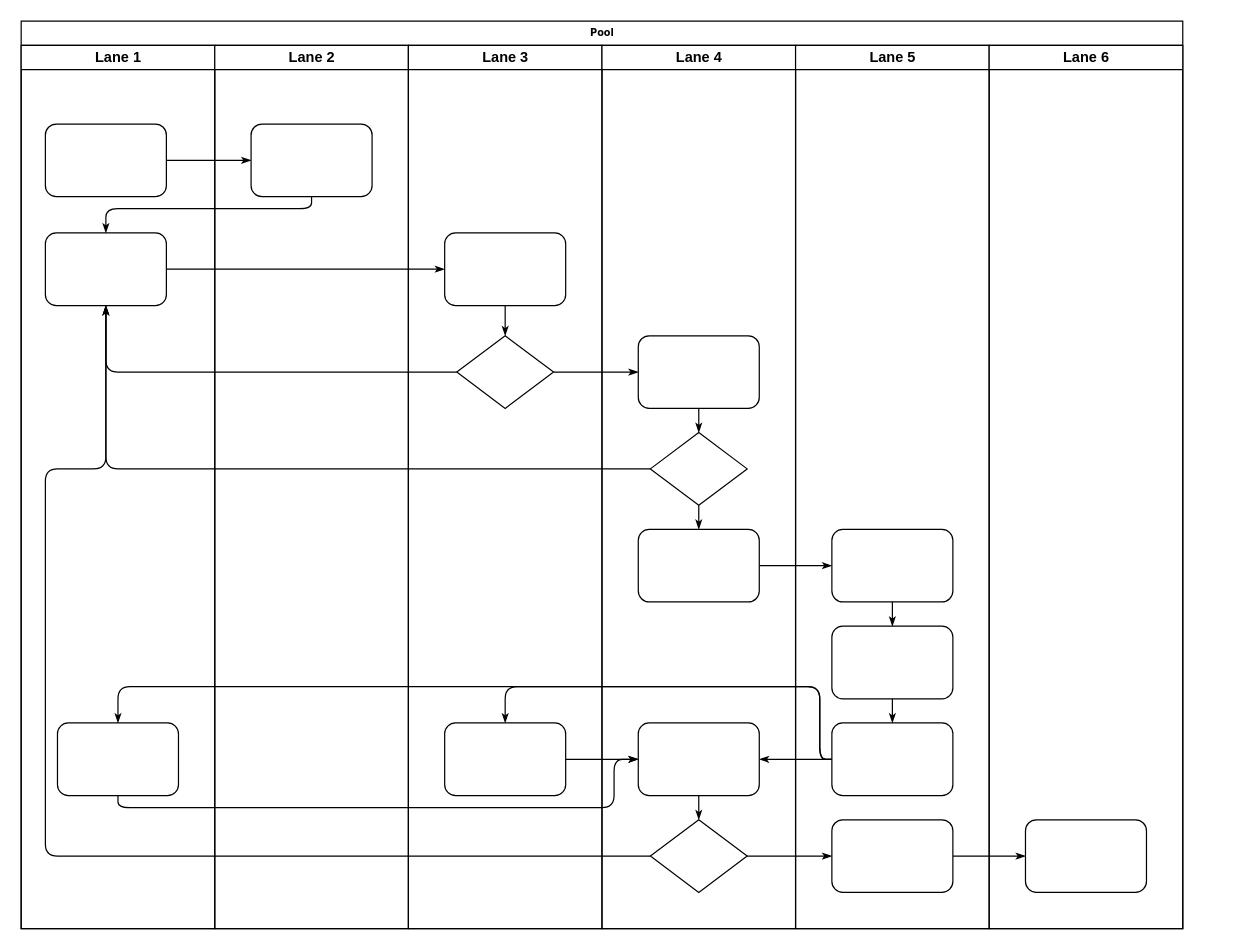
This is 未命名绘图.drawio from HoYang-Fan/StudyNotes-Public, a draw.io file, before an edit. Source tidied: cells renumbered, new cells numbered last; positions are measured from the earlier drawing's top-left corner, leaving out a move shared by most shapes. Both pictures are drawn from the tidied source at 121%, with x=0, y=0 at pixel (21, 21).
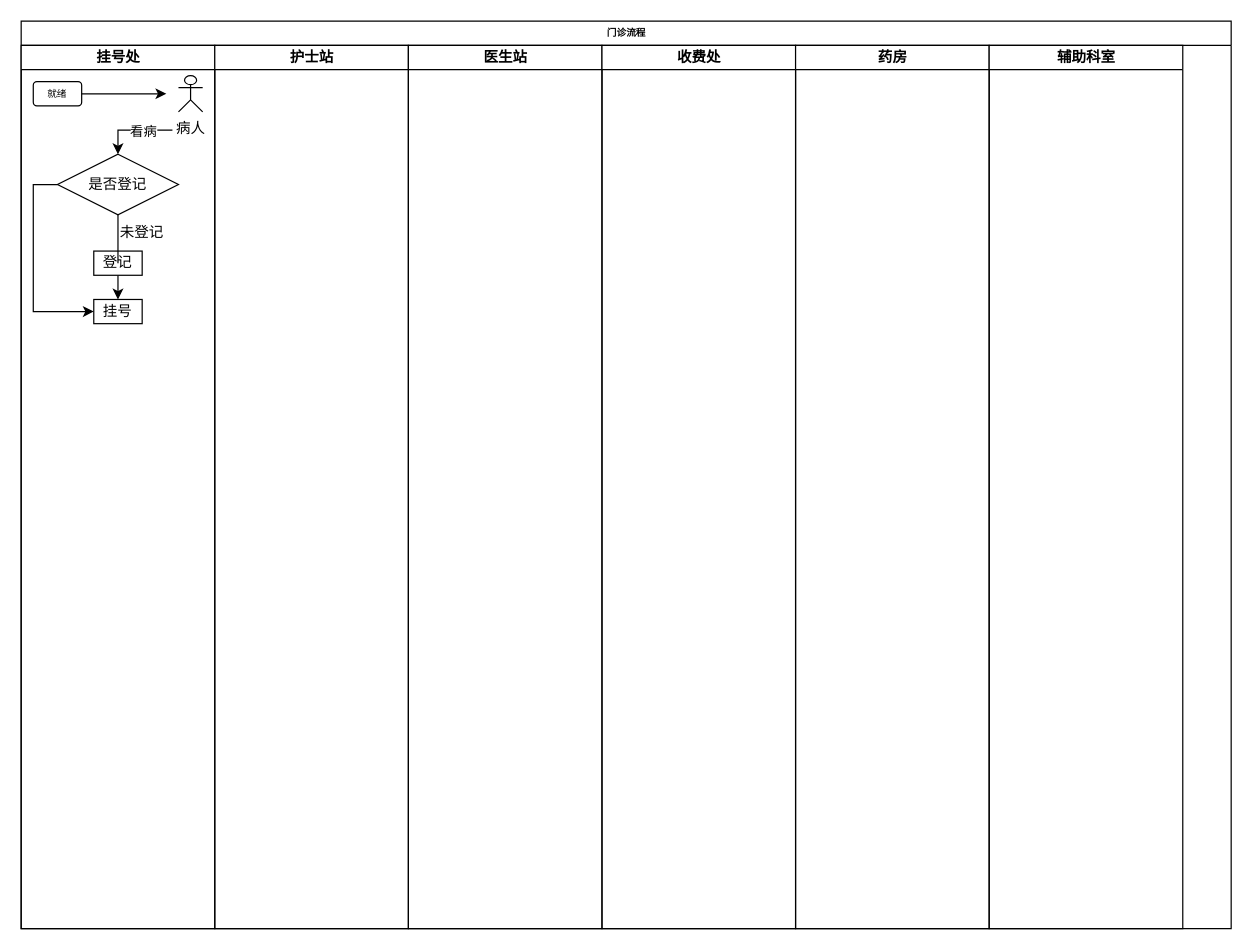
The same diagram, later.

Change to the diagram source:
```diff
@@
-    <mxCell id="2" value="Pool" style="swimlane;html=1;startSize=20;rounded=0;shadow=0;labelBackgroundColor=none;strokeWidth=1;fontFamily=Verdana;fontSize=8;align=center;" parent="1" vertex="1">
-      <mxGeometry width="960" height="750" as="geometry" />
+    <mxCell id="2" value="门诊流程" style="swimlane;html=1;startSize=20;rounded=0;shadow=0;labelBackgroundColor=none;strokeWidth=1;fontFamily=Verdana;fontSize=8;align=center;" parent="1" vertex="1">
+      <mxGeometry width="1000" height="750" as="geometry" />
     </mxCell>
-    <mxCell id="3" value="Lane 1" style="swimlane;html=1;startSize=20;" parent="2" vertex="1">
+    <mxCell id="3" value="挂号处" style="swimlane;html=1;startSize=20;" parent="2" vertex="1">
       <mxGeometry y="20" width="160" height="730" as="geometry" />
     </mxCell>
-    <mxCell id="4" style="rounded=1;whiteSpace=wrap;html=1;shadow=0;labelBackgroundColor=none;strokeWidth=1;fontFamily=Verdana;fontSize=8;align=center;" parent="3" vertex="1">
-      <mxGeometry x="20" y="65" width="100" height="60" as="geometry" />
+    <mxCell id="4" value="就绪" style="rounded=1;whiteSpace=wrap;html=1;shadow=0;labelBackgroundColor=none;strokeWidth=1;fontFamily=Verdana;fontSize=8;align=center;" parent="3" vertex="1">
+      <mxGeometry x="10" y="30" width="40" height="20" as="geometry" />
     </mxCell>
-    <mxCell id="5" style="rounded=1;whiteSpace=wrap;html=1;shadow=0;labelBackgroundColor=none;strokeWidth=1;fontFamily=Verdana;fontSize=8;align=center;" parent="3" vertex="1">
-      <mxGeometry x="20" y="155" width="100" height="60" as="geometry" />
-    </mxCell>
-    <mxCell id="6" style="rounded=1;whiteSpace=wrap;html=1;shadow=0;labelBackgroundColor=none;strokeWidth=1;fontFamily=Verdana;fontSize=8;align=center;" parent="3" vertex="1">
-      <mxGeometry x="30" y="560" width="100" height="60" as="geometry" />
-    </mxCell>
-    <mxCell id="7" style="edgeStyle=orthogonalEdgeStyle;rounded=1;html=1;labelBackgroundColor=none;startArrow=none;startFill=0;startSize=5;endArrow=classicThin;endFill=1;endSize=5;jettySize=auto;strokeWidth=1;fontFamily=Verdana;fontSize=8;" parent="2" edge="1" source="4" target="23">
-      <mxGeometry relative="1" as="geometry" />
-    </mxCell>
-    <mxCell id="8" style="edgeStyle=orthogonalEdgeStyle;rounded=1;html=1;labelBackgroundColor=none;startArrow=none;startFill=0;startSize=5;endArrow=classicThin;endFill=1;endSize=5;jettySize=auto;strokeWidth=1;fontFamily=Verdana;fontSize=8;" parent="2" edge="1" source="23" target="5">
-      <mxGeometry relative="1" as="geometry">
-        <Array as="points">
-          <mxPoint x="240" y="155" />
-          <mxPoint x="70" y="155" />
-        </Array>
-      </mxGeometry>
-    </mxCell>
-    <mxCell id="9" style="edgeStyle=orthogonalEdgeStyle;rounded=1;html=1;labelBackgroundColor=none;startArrow=none;startFill=0;startSize=5;endArrow=classicThin;endFill=1;endSize=5;jettySize=auto;strokeWidth=1;fontFamily=Verdana;fontSize=8;" parent="2" edge="1" source="5" target="25">
-      <mxGeometry relative="1" as="geometry" />
-    </mxCell>
-    <mxCell id="10" style="edgeStyle=orthogonalEdgeStyle;rounded=1;html=1;labelBackgroundColor=none;startArrow=none;startFill=0;startSize=5;endArrow=classicThin;endFill=1;endSize=5;jettySize=auto;strokeWidth=1;fontFamily=Verdana;fontSize=8;" parent="2" edge="1" source="26" target="5">
-      <mxGeometry relative="1" as="geometry" />
-    </mxCell>
-    <mxCell id="11" style="edgeStyle=orthogonalEdgeStyle;rounded=1;html=1;labelBackgroundColor=none;startArrow=none;startFill=0;startSize=5;endArrow=classicThin;endFill=1;endSize=5;jettySize=auto;strokeWidth=1;fontFamily=Verdana;fontSize=8;" parent="2" edge="1" source="31" target="5">
-      <mxGeometry relative="1" as="geometry" />
-    </mxCell>
-    <mxCell id="12" style="edgeStyle=orthogonalEdgeStyle;rounded=1;html=1;labelBackgroundColor=none;startArrow=none;startFill=0;startSize=5;endArrow=classicThin;endFill=1;endSize=5;jettySize=auto;strokeWidth=1;fontFamily=Verdana;fontSize=8;" parent="2" edge="1" source="34" target="5">
-      <mxGeometry relative="1" as="geometry">
-        <Array as="points">
-          <mxPoint x="20" y="690" />
-          <mxPoint x="20" y="370" />
-          <mxPoint x="70" y="370" />
-        </Array>
-      </mxGeometry>
-    </mxCell>
-    <mxCell id="13" style="edgeStyle=orthogonalEdgeStyle;rounded=1;html=1;labelBackgroundColor=none;startArrow=none;startFill=0;startSize=5;endArrow=classicThin;endFill=1;endSize=5;jettySize=auto;strokeWidth=1;fontFamily=Verdana;fontSize=8;" parent="2" edge="1" source="26" target="30">
-      <mxGeometry relative="1" as="geometry" />
-    </mxCell>
-    <mxCell id="14" style="edgeStyle=orthogonalEdgeStyle;rounded=1;html=1;labelBackgroundColor=none;startArrow=none;startFill=0;startSize=5;endArrow=classicThin;endFill=1;endSize=5;jettySize=auto;strokeWidth=1;fontFamily=Verdana;fontSize=8;" parent="2" edge="1" source="34" target="42">
-      <mxGeometry relative="1" as="geometry" />
-    </mxCell>
-    <mxCell id="15" style="edgeStyle=orthogonalEdgeStyle;rounded=1;html=1;labelBackgroundColor=none;startArrow=none;startFill=0;startSize=5;endArrow=classicThin;endFill=1;endSize=5;jettySize=auto;strokeWidth=1;fontFamily=Verdana;fontSize=8;" parent="2" edge="1" source="42" target="46">
-      <mxGeometry relative="1" as="geometry" />
-    </mxCell>
-    <mxCell id="16" style="edgeStyle=orthogonalEdgeStyle;rounded=1;html=1;labelBackgroundColor=none;startArrow=none;startFill=0;startSize=5;endArrow=classicThin;endFill=1;endSize=5;jettySize=auto;strokeWidth=1;fontFamily=Verdana;fontSize=8;" parent="2" edge="1" source="32" target="39">
-      <mxGeometry relative="1" as="geometry" />
-    </mxCell>
-    <mxCell id="17" style="edgeStyle=orthogonalEdgeStyle;rounded=1;html=1;labelBackgroundColor=none;startArrow=none;startFill=0;startSize=5;endArrow=classicThin;endFill=1;endSize=5;jettySize=auto;strokeWidth=1;fontFamily=Verdana;fontSize=8;" parent="2" edge="1" source="41" target="27">
-      <mxGeometry relative="1" as="geometry">
-        <Array as="points">
-          <mxPoint x="660" y="610" />
-          <mxPoint x="660" y="550" />
-          <mxPoint x="400" y="550" />
-        </Array>
-      </mxGeometry>
-    </mxCell>
-    <mxCell id="18" style="edgeStyle=orthogonalEdgeStyle;rounded=1;html=1;labelBackgroundColor=none;startArrow=none;startFill=0;startSize=5;endArrow=classicThin;endFill=1;endSize=5;jettySize=auto;strokeColor=#000000;strokeWidth=1;fontFamily=Verdana;fontSize=8;fontColor=#000000;" parent="2" edge="1" source="41" target="33">
-      <mxGeometry relative="1" as="geometry" />
-    </mxCell>
-    <mxCell id="19" style="edgeStyle=orthogonalEdgeStyle;rounded=1;html=1;labelBackgroundColor=none;startArrow=none;startFill=0;startSize=5;endArrow=classicThin;endFill=1;endSize=5;jettySize=auto;strokeWidth=1;fontFamily=Verdana;fontSize=8;" parent="2" edge="1" source="41" target="6">
-      <mxGeometry relative="1" as="geometry">
-        <Array as="points">
-          <mxPoint x="660" y="610" />
-          <mxPoint x="660" y="550" />
-          <mxPoint x="80" y="550" />
-        </Array>
-      </mxGeometry>
-    </mxCell>
-    <mxCell id="20" style="edgeStyle=orthogonalEdgeStyle;rounded=1;html=1;labelBackgroundColor=none;startArrow=none;startFill=0;startSize=5;endArrow=classicThin;endFill=1;endSize=5;jettySize=auto;strokeWidth=1;fontFamily=Verdana;fontSize=8;" parent="2" edge="1" source="6" target="33">
-      <mxGeometry relative="1" as="geometry">
-        <Array as="points">
-          <mxPoint x="80" y="650" />
-          <mxPoint x="490" y="650" />
-          <mxPoint x="490" y="610" />
-        </Array>
-      </mxGeometry>
-    </mxCell>
-    <mxCell id="21" style="edgeStyle=orthogonalEdgeStyle;rounded=1;html=1;labelBackgroundColor=none;startArrow=none;startFill=0;startSize=5;endArrow=classicThin;endFill=1;endSize=5;jettySize=auto;strokeWidth=1;fontFamily=Verdana;fontSize=8;" parent="2" edge="1" source="27" target="33">
-      <mxGeometry relative="1" as="geometry" />
-    </mxCell>
+    <mxCell id="47" value="病人&lt;br&gt;" style="shape=umlActor;verticalLabelPosition=bottom;verticalAlign=top;html=1;" parent="3" vertex="1">
+      <mxGeometry x="130" y="25" width="20" height="30" as="geometry" />
+    </mxCell>
+    <mxCell id="48" style="endArrow=classic;html=1;rounded=0;exitX=1;exitY=0.5;exitDx=0;exitDy=0;" parent="3" edge="1" source="4">
+      <mxGeometry relative="1" as="geometry">
+        <mxPoint x="120" y="40" as="targetPoint" />
+      </mxGeometry>
+    </mxCell>
+    <mxCell id="49" style="edgeStyle=orthogonalEdgeStyle;rounded=0;jettySize=auto;html=1;exitX=0.5;exitY=1;exitDx=0;exitDy=0;entryX=0.5;entryY=0;entryDx=0;entryDy=0;startArrow=none;" parent="3" edge="1" target="55">
+      <mxGeometry relative="1" as="geometry">
+        <mxPoint x="80" y="175" as="sourcePoint" />
+      </mxGeometry>
+    </mxCell>
+    <mxCell id="50" style="edgeStyle=orthogonalEdgeStyle;rounded=0;jettySize=auto;html=1;exitX=0;exitY=0.5;exitDx=0;exitDy=0;entryX=0;entryY=0.5;entryDx=0;entryDy=0;" parent="3" edge="1" source="51" target="58">
+      <mxGeometry relative="1" as="geometry" />
+    </mxCell>
+    <mxCell id="51" value="是否登记" style="rhombus;whiteSpace=wrap;html=1;" parent="3" vertex="1">
+      <mxGeometry x="30" y="90" width="100" height="50" as="geometry" />
+    </mxCell>
+    <mxCell id="52" style="endArrow=classic;html=1;rounded=0;entryX=0.5;entryY=0;entryDx=0;entryDy=0;" parent="3" edge="1" target="51">
+      <mxGeometry relative="1" as="geometry">
+        <mxPoint x="125" y="70" as="sourcePoint" />
+        <Array as="points">
+          <mxPoint x="80" y="70" />
+        </Array>
+      </mxGeometry>
+    </mxCell>
+    <mxCell id="53" value="看病" style="edgeLabel;html=1;align=center;verticalAlign=middle;" parent="52" vertex="1">
+      <mxGeometry relative="1" as="geometry">
+        <mxPoint x="8" as="offset" />
+      </mxGeometry>
+    </mxCell>
+    <mxCell id="54" style="edgeStyle=orthogonalEdgeStyle;rounded=0;jettySize=auto;html=1;exitX=0.5;exitY=1;exitDx=0;exitDy=0;entryX=0.5;entryY=0;entryDx=0;entryDy=0;" parent="3" edge="1" source="55" target="58">
+      <mxGeometry relative="1" as="geometry" />
+    </mxCell>
+    <mxCell id="55" value="登记" style="rounded=0;whiteSpace=wrap;html=1;" parent="3" vertex="1">
+      <mxGeometry x="60" y="170" width="40" height="20" as="geometry" />
+    </mxCell>
+    <mxCell id="56" style="edgeStyle=orthogonalEdgeStyle;rounded=0;jettySize=auto;html=1;exitX=0.5;exitY=1;exitDx=0;exitDy=0;endArrow=none;" parent="3" edge="1" source="51">
+      <mxGeometry relative="1" as="geometry">
+        <mxPoint x="80" y="180" as="targetPoint" />
+      </mxGeometry>
+    </mxCell>
+    <mxCell id="57" value="未登记" style="text;html=1;strokeColor=none;fillColor=none;align=center;verticalAlign=middle;whiteSpace=wrap;rounded=0;" parent="3" vertex="1">
+      <mxGeometry x="70" y="150" width="60" height="10" as="geometry" />
+    </mxCell>
+    <mxCell id="58" value="挂号" style="rounded=0;whiteSpace=wrap;html=1;" parent="3" vertex="1">
+      <mxGeometry x="60" y="210" width="40" height="20" as="geometry" />
+    </mxCell>
-    <mxCell id="22" value="Lane 2" style="swimlane;html=1;startSize=20;" parent="2" vertex="1">
+    <mxCell id="22" value="护士站" style="swimlane;html=1;startSize=20;" parent="2" vertex="1">
       <mxGeometry x="160" y="20" width="160" height="730" as="geometry" />
     </mxCell>
-    <mxCell id="23" style="rounded=1;whiteSpace=wrap;html=1;shadow=0;labelBackgroundColor=none;strokeWidth=1;fontFamily=Verdana;fontSize=8;align=center;" parent="22" vertex="1">
-      <mxGeometry x="30" y="65" width="100" height="60" as="geometry" />
-    </mxCell>
-    <mxCell id="24" value="Lane 3" style="swimlane;html=1;startSize=20;" parent="2" vertex="1">
+    <mxCell id="24" value="医生站" style="swimlane;html=1;startSize=20;" parent="2" vertex="1">
       <mxGeometry x="320" y="20" width="160" height="730" as="geometry" />
     </mxCell>
-    <mxCell id="25" style="rounded=1;whiteSpace=wrap;html=1;shadow=0;labelBackgroundColor=none;strokeWidth=1;fontFamily=Verdana;fontSize=8;align=center;" parent="24" vertex="1">
-      <mxGeometry x="30" y="155" width="100" height="60" as="geometry" />
-    </mxCell>
-    <mxCell id="26" style="rhombus;whiteSpace=wrap;html=1;rounded=0;shadow=0;labelBackgroundColor=none;strokeWidth=1;fontFamily=Verdana;fontSize=8;align=center;" parent="24" vertex="1">
-      <mxGeometry x="40" y="240" width="80" height="60" as="geometry" />
-    </mxCell>
-    <mxCell id="27" style="rounded=1;whiteSpace=wrap;html=1;shadow=0;labelBackgroundColor=none;strokeWidth=1;fontFamily=Verdana;fontSize=8;align=center;" parent="24" vertex="1">
-      <mxGeometry x="30" y="560" width="100" height="60" as="geometry" />
-    </mxCell>
-    <mxCell id="28" style="edgeStyle=orthogonalEdgeStyle;rounded=1;html=1;labelBackgroundColor=none;startArrow=none;startFill=0;startSize=5;endArrow=classicThin;endFill=1;endSize=5;jettySize=auto;strokeWidth=1;fontFamily=Verdana;fontSize=8;" parent="24" edge="1" source="25" target="26">
-      <mxGeometry relative="1" as="geometry" />
-    </mxCell>
-    <mxCell id="29" value="Lane 4" style="swimlane;html=1;startSize=20;" parent="2" vertex="1">
+    <mxCell id="29" value="收费处" style="swimlane;html=1;startSize=20;" parent="2" vertex="1">
       <mxGeometry x="480" y="20" width="160" height="730" as="geometry" />
     </mxCell>
-    <mxCell id="30" style="rounded=1;whiteSpace=wrap;html=1;shadow=0;labelBackgroundColor=none;strokeWidth=1;fontFamily=Verdana;fontSize=8;align=center;" parent="29" vertex="1">
-      <mxGeometry x="30" y="240" width="100" height="60" as="geometry" />
-    </mxCell>
-    <mxCell id="31" style="rhombus;whiteSpace=wrap;html=1;rounded=0;shadow=0;labelBackgroundColor=none;strokeWidth=1;fontFamily=Verdana;fontSize=8;align=center;" parent="29" vertex="1">
-      <mxGeometry x="40" y="320" width="80" height="60" as="geometry" />
-    </mxCell>
-    <mxCell id="32" style="rounded=1;whiteSpace=wrap;html=1;shadow=0;labelBackgroundColor=none;strokeWidth=1;fontFamily=Verdana;fontSize=8;align=center;" parent="29" vertex="1">
-      <mxGeometry x="30" y="400" width="100" height="60" as="geometry" />
-    </mxCell>
-    <mxCell id="33" style="rounded=1;whiteSpace=wrap;html=1;shadow=0;labelBackgroundColor=none;strokeWidth=1;fontFamily=Verdana;fontSize=8;align=center;" parent="29" vertex="1">
-      <mxGeometry x="30" y="560" width="100" height="60" as="geometry" />
-    </mxCell>
-    <mxCell id="34" style="rhombus;whiteSpace=wrap;html=1;rounded=0;shadow=0;labelBackgroundColor=none;strokeWidth=1;fontFamily=Verdana;fontSize=8;align=center;" parent="29" vertex="1">
-      <mxGeometry x="40" y="640" width="80" height="60" as="geometry" />
-    </mxCell>
-    <mxCell id="35" style="edgeStyle=orthogonalEdgeStyle;rounded=1;html=1;labelBackgroundColor=none;startArrow=none;startFill=0;startSize=5;endArrow=classicThin;endFill=1;endSize=5;jettySize=auto;strokeColor=#000000;strokeWidth=1;fontFamily=Verdana;fontSize=8;fontColor=#000000;" parent="29" edge="1" source="30" target="31">
-      <mxGeometry relative="1" as="geometry" />
-    </mxCell>
-    <mxCell id="36" style="edgeStyle=orthogonalEdgeStyle;rounded=1;html=1;labelBackgroundColor=none;startArrow=none;startFill=0;startSize=5;endArrow=classicThin;endFill=1;endSize=5;jettySize=auto;strokeWidth=1;fontFamily=Verdana;fontSize=8;" parent="29" edge="1" source="31" target="32">
-      <mxGeometry relative="1" as="geometry" />
-    </mxCell>
-    <mxCell id="37" style="edgeStyle=orthogonalEdgeStyle;rounded=1;html=1;labelBackgroundColor=none;startArrow=none;startFill=0;startSize=5;endArrow=classicThin;endFill=1;endSize=5;jettySize=auto;strokeWidth=1;fontFamily=Verdana;fontSize=8;" parent="29" edge="1" source="33" target="34">
-      <mxGeometry relative="1" as="geometry" />
-    </mxCell>
-    <mxCell id="38" value="Lane 5" style="swimlane;html=1;startSize=20;" parent="2" vertex="1">
+    <mxCell id="38" value="药房" style="swimlane;html=1;startSize=20;" parent="2" vertex="1">
       <mxGeometry x="640" y="20" width="160" height="730" as="geometry" />
     </mxCell>
-    <mxCell id="39" style="rounded=1;whiteSpace=wrap;html=1;shadow=0;labelBackgroundColor=none;strokeWidth=1;fontFamily=Verdana;fontSize=8;align=center;" parent="38" vertex="1">
-      <mxGeometry x="30" y="400" width="100" height="60" as="geometry" />
-    </mxCell>
-    <mxCell id="40" style="rounded=1;whiteSpace=wrap;html=1;shadow=0;labelBackgroundColor=none;strokeWidth=1;fontFamily=Verdana;fontSize=8;align=center;" parent="38" vertex="1">
-      <mxGeometry x="30" y="480" width="100" height="60" as="geometry" />
-    </mxCell>
-    <mxCell id="41" style="rounded=1;whiteSpace=wrap;html=1;shadow=0;labelBackgroundColor=none;strokeWidth=1;fontFamily=Verdana;fontSize=8;align=center;" parent="38" vertex="1">
-      <mxGeometry x="30" y="560" width="100" height="60" as="geometry" />
-    </mxCell>
-    <mxCell id="42" style="rounded=1;whiteSpace=wrap;html=1;shadow=0;labelBackgroundColor=none;strokeWidth=1;fontFamily=Verdana;fontSize=8;align=center;" parent="38" vertex="1">
-      <mxGeometry x="30" y="640" width="100" height="60" as="geometry" />
-    </mxCell>
-    <mxCell id="43" style="edgeStyle=orthogonalEdgeStyle;rounded=1;html=1;labelBackgroundColor=none;startArrow=none;startFill=0;startSize=5;endArrow=classicThin;endFill=1;endSize=5;jettySize=auto;strokeWidth=1;fontFamily=Verdana;fontSize=8;" parent="38" edge="1" source="39" target="40">
-      <mxGeometry relative="1" as="geometry" />
-    </mxCell>
-    <mxCell id="44" style="edgeStyle=orthogonalEdgeStyle;rounded=1;html=1;labelBackgroundColor=none;startArrow=none;startFill=0;startSize=5;endArrow=classicThin;endFill=1;endSize=5;jettySize=auto;strokeWidth=1;fontFamily=Verdana;fontSize=8;" parent="38" edge="1" source="40" target="41">
-      <mxGeometry relative="1" as="geometry" />
-    </mxCell>
-    <mxCell id="45" value="Lane 6" style="swimlane;html=1;startSize=20;" parent="2" vertex="1">
+    <mxCell id="45" value="辅助科室" style="swimlane;html=1;startSize=20;" parent="2" vertex="1">
       <mxGeometry x="800" y="20" width="160" height="730" as="geometry" />
     </mxCell>
-    <mxCell id="46" style="rounded=1;whiteSpace=wrap;html=1;shadow=0;labelBackgroundColor=none;strokeWidth=1;fontFamily=Verdana;fontSize=8;align=center;" parent="45" vertex="1">
-      <mxGeometry x="30" y="640" width="100" height="60" as="geometry" />
-    </mxCell>
```
